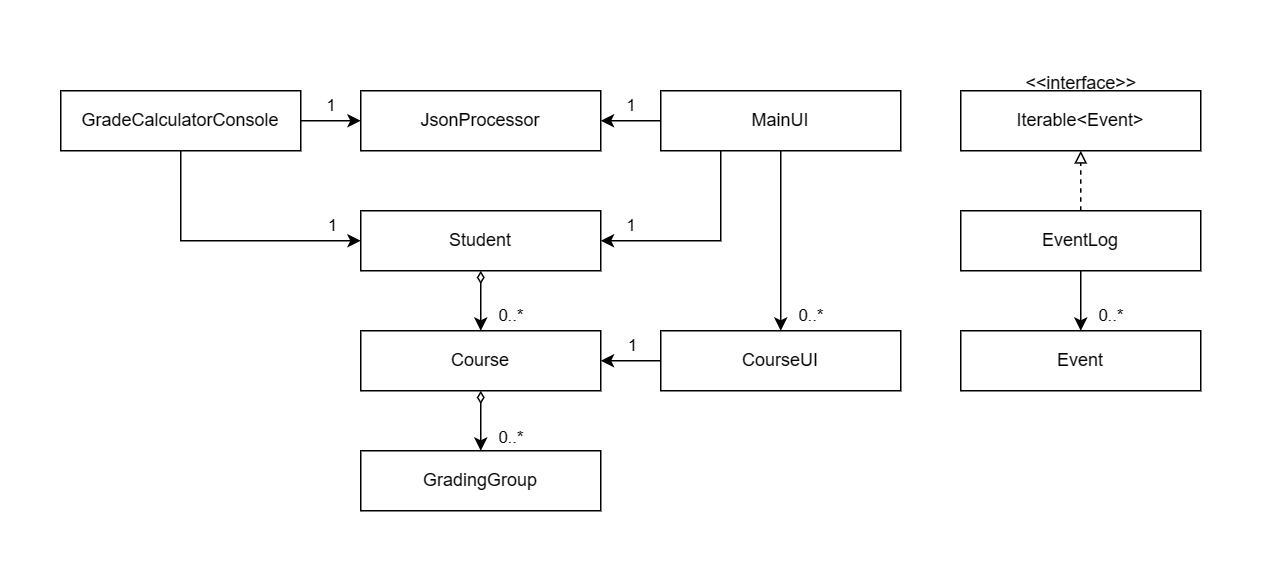
rliu4936/Grade-Calculator keeps this draw.io diagram as UML_Design_Diagram.png. Above is the earlier version. Source tidied: cells renumbered, new cells last; positions are measured from the earlier drawing's top-left corner, leaving out a move shared by most shapes.
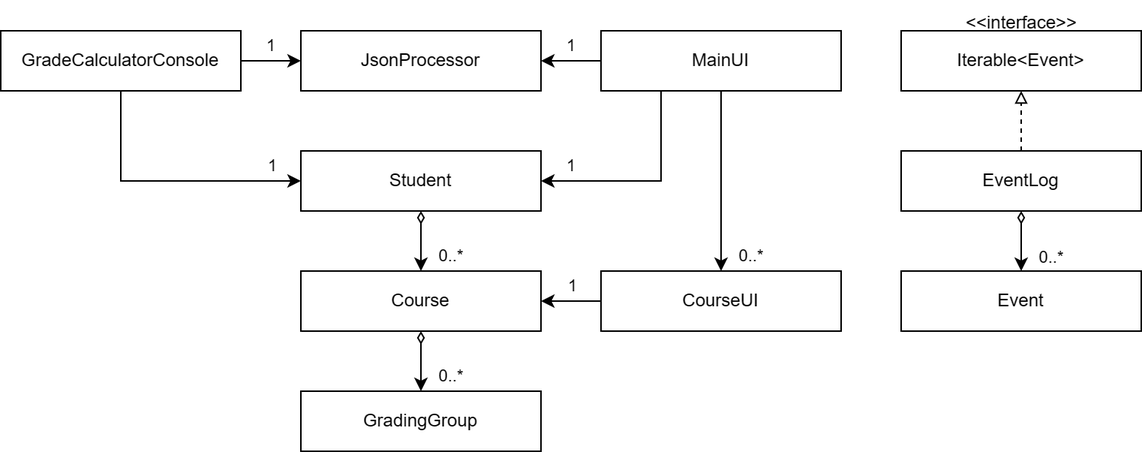
After the change.

What changed in the source:
```diff
@@ -44,7 +44,7 @@
     <mxCell id="11" value="Student" style="whiteSpace=wrap;html=1;" parent="1" vertex="1">
       <mxGeometry x="200" y="100" width="160" height="40" as="geometry" />
     </mxCell>
-    <mxCell id="12" style="edgeStyle=orthogonalEdgeStyle;rounded=0;jettySize=auto;html=1;entryX=0.5;entryY=0;entryDx=0;entryDy=0;exitX=0.5;exitY=1;exitDx=0;exitDy=0;" parent="1" edge="1" source="16" target="14">
+    <mxCell id="12" style="edgeStyle=orthogonalEdgeStyle;rounded=0;jettySize=auto;html=1;entryX=0.5;entryY=0;entryDx=0;entryDy=0;exitX=0.5;exitY=1;exitDx=0;exitDy=0;startArrow=diamondThin;startFill=0;" parent="1" edge="1" source="16" target="14">
       <mxGeometry relative="1" as="geometry" />
     </mxCell>
     <mxCell id="13" value="0..*" style="edgeLabel;html=1;align=center;verticalAlign=middle;labelBackgroundColor=default;" parent="12" vertex="1">
```
